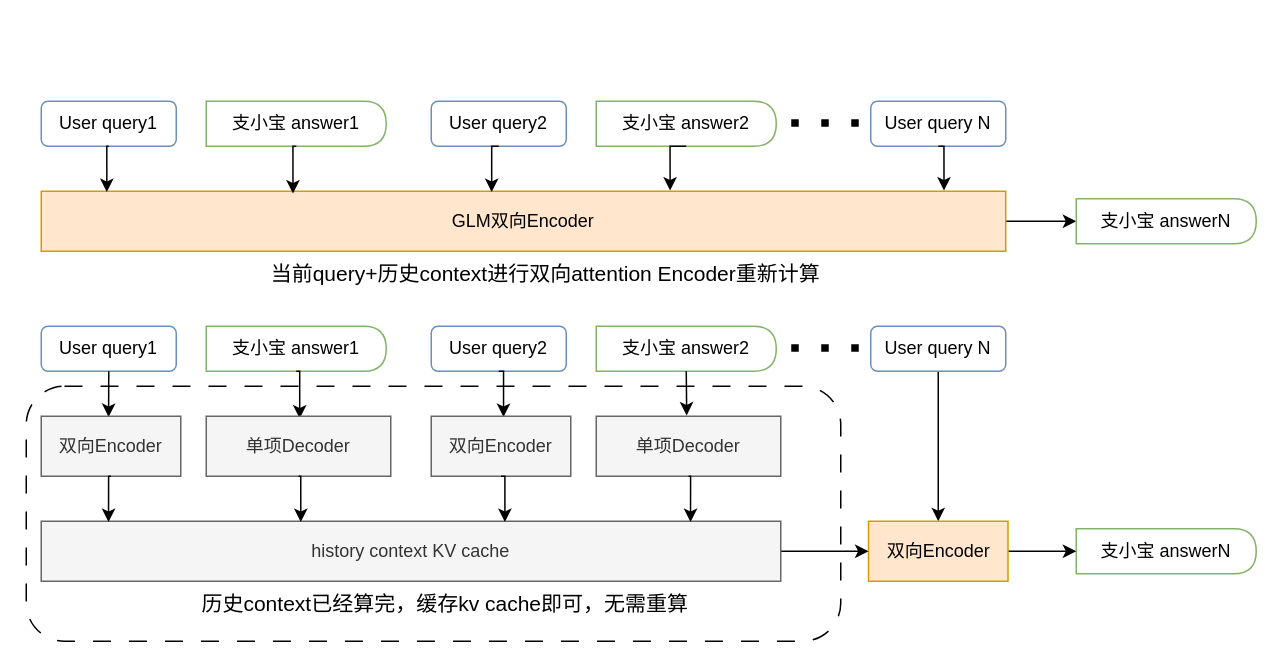
ZhangHammer/ZhangHammer keeps this draw.io diagram as long-context learning.drawio. Above is the earlier version. Source tidied: cells renumbered, new cells numbered last; positions are measured from the earlier drawing's top-left corner, leaving out a move shared by most shapes. Both pictures are drawn from the tidied source at 150%, with x=0, y=0 at pixel (26, 100).
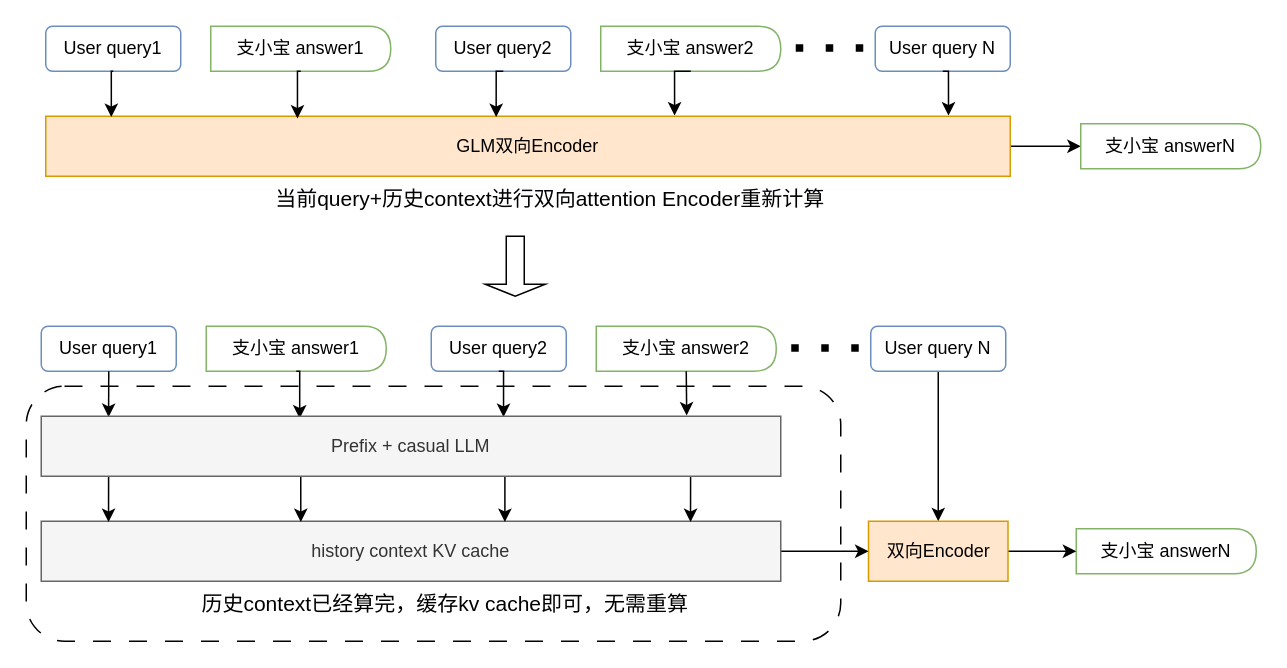
After the change.

The change refers to these unchanged cells:
```xml
<mxCell id="35" value="history context KV cache" style="rounded=0;whiteSpace=wrap;html=1;fillColor=#f5f5f5;fontColor=#333333;strokeColor=#666666;" parent="1" vertex="1">
  <mxGeometry x="10" y="280" width="493" height="40" as="geometry" />
</mxCell>
```

Change to the diagram source:
```diff
@@
     <mxCell id="3" value="User query1" style="rounded=1;whiteSpace=wrap;html=1;fillColor=none;strokeColor=#6c8ebf;" parent="1" vertex="1">
-      <mxGeometry x="10" width="90" height="30" as="geometry" />
+      <mxGeometry x="13" y="-50" width="90" height="30" as="geometry" />
     </mxCell>
     <mxCell id="4" value="支小宝 answer1" style="shape=delay;whiteSpace=wrap;html=1;fillColor=none;strokeColor=#82b366;" parent="1" vertex="1">
-      <mxGeometry x="120" width="120" height="30" as="geometry" />
+      <mxGeometry x="123" y="-50" width="120" height="30" as="geometry" />
     </mxCell>
     <mxCell id="5" value="User query2" style="rounded=1;whiteSpace=wrap;html=1;fillColor=none;strokeColor=#6c8ebf;" parent="1" vertex="1">
-      <mxGeometry x="270" width="90" height="30" as="geometry" />
+      <mxGeometry x="273" y="-50" width="90" height="30" as="geometry" />
     </mxCell>
     <mxCell id="6" value="支小宝 answer2" style="shape=delay;whiteSpace=wrap;html=1;fillColor=none;strokeColor=#82b366;" parent="1" vertex="1">
-      <mxGeometry x="380" width="120" height="30" as="geometry" />
+      <mxGeometry x="383" y="-50" width="120" height="30" as="geometry" />
     </mxCell>
     <mxCell id="7" style="endArrow=none;dashed=1;html=1;dashPattern=1 3;strokeWidth=5;rounded=0;" parent="1" edge="1">
       <mxGeometry relative="1" as="geometry">
-        <mxPoint x="510" y="14.5" as="sourcePoint" />
-        <mxPoint x="570" y="14.5" as="targetPoint" />
+        <mxPoint x="513" y="-35.5" as="sourcePoint" />
+        <mxPoint x="573" y="-35.5" as="targetPoint" />
       </mxGeometry>
     </mxCell>
     <mxCell id="8" value="User query N" style="rounded=1;whiteSpace=wrap;html=1;fillColor=none;strokeColor=#6c8ebf;" parent="1" vertex="1">
-      <mxGeometry x="563" width="90" height="30" as="geometry" />
+      <mxGeometry x="566" y="-50" width="90" height="30" as="geometry" />
     </mxCell>
@@
     <mxCell id="10" value="GLM双向Encoder" style="rounded=0;whiteSpace=wrap;html=1;fillColor=#ffe6cc;strokeColor=#d79b00;" parent="1" vertex="1">
-      <mxGeometry x="10" y="60" width="643" height="40" as="geometry" />
+      <mxGeometry x="13" y="10" width="643" height="40" as="geometry" />
     </mxCell>
@@
     <mxCell id="15" value="支小宝 answerN" style="shape=delay;whiteSpace=wrap;html=1;fillColor=none;strokeColor=#82b366;" parent="1" vertex="1">
-      <mxGeometry x="700" y="65" width="120" height="30" as="geometry" />
+      <mxGeometry x="703" y="15" width="120" height="30" as="geometry" />
     </mxCell>
@@
-    <mxCell id="28" value="双向Encoder" style="rounded=0;whiteSpace=wrap;html=1;fillColor=#f5f5f5;fontColor=#333333;strokeColor=#666666;" parent="1" vertex="1">
-      <mxGeometry x="10" y="210" width="93" height="40" as="geometry" />
-    </mxCell>
-    <mxCell id="29" value="单项Decoder" style="rounded=0;whiteSpace=wrap;html=1;fillColor=#f5f5f5;fontColor=#333333;strokeColor=#666666;" parent="1" vertex="1">
-      <mxGeometry x="120" y="210" width="123" height="40" as="geometry" />
-    </mxCell>
-    <mxCell id="30" value="双向Encoder" style="rounded=0;whiteSpace=wrap;html=1;fillColor=#f5f5f5;fontColor=#333333;strokeColor=#666666;" parent="1" vertex="1">
-      <mxGeometry x="270" y="210" width="93" height="40" as="geometry" />
-    </mxCell>
-    <mxCell id="31" value="单项Decoder" style="rounded=0;whiteSpace=wrap;html=1;fillColor=#f5f5f5;fontColor=#333333;strokeColor=#666666;" parent="1" vertex="1">
-      <mxGeometry x="380" y="210" width="123" height="40" as="geometry" />
-    </mxCell>
@@
-    <mxCell id="37" style="edgeStyle=orthogonalEdgeStyle;rounded=0;jettySize=auto;html=1;exitX=0.5;exitY=1;exitDx=0;exitDy=0;entryX=0.091;entryY=0.013;entryDx=0;entryDy=0;entryPerimeter=0;" parent="1" edge="1" source="28" target="35">
-      <mxGeometry relative="1" as="geometry" />
+    <mxCell id="37" style="edgeStyle=orthogonalEdgeStyle;rounded=0;jettySize=auto;html=1;exitX=0.5;exitY=1;exitDx=0;exitDy=0;entryX=0.091;entryY=0.013;entryDx=0;entryDy=0;entryPerimeter=0;" parent="1" edge="1" target="35">
+      <mxGeometry relative="1" as="geometry">
+        <mxPoint x="56.5" y="250" as="sourcePoint" />
+      </mxGeometry>
     </mxCell>
-    <mxCell id="38" style="edgeStyle=orthogonalEdgeStyle;rounded=0;jettySize=auto;html=1;exitX=0.5;exitY=1;exitDx=0;exitDy=0;entryX=0.351;entryY=0.013;entryDx=0;entryDy=0;entryPerimeter=0;" parent="1" edge="1" source="29" target="35">
-      <mxGeometry relative="1" as="geometry" />
+    <mxCell id="38" style="edgeStyle=orthogonalEdgeStyle;rounded=0;jettySize=auto;html=1;exitX=0.5;exitY=1;exitDx=0;exitDy=0;entryX=0.351;entryY=0.013;entryDx=0;entryDy=0;entryPerimeter=0;" parent="1" edge="1" target="35">
+      <mxGeometry relative="1" as="geometry">
+        <mxPoint x="181.5" y="250" as="sourcePoint" />
+      </mxGeometry>
     </mxCell>
-    <mxCell id="39" style="edgeStyle=orthogonalEdgeStyle;rounded=0;jettySize=auto;html=1;exitX=0.5;exitY=1;exitDx=0;exitDy=0;entryX=0.627;entryY=0.013;entryDx=0;entryDy=0;entryPerimeter=0;" parent="1" edge="1" source="30" target="35">
-      <mxGeometry relative="1" as="geometry" />
+    <mxCell id="39" style="edgeStyle=orthogonalEdgeStyle;rounded=0;jettySize=auto;html=1;exitX=0.5;exitY=1;exitDx=0;exitDy=0;entryX=0.627;entryY=0.013;entryDx=0;entryDy=0;entryPerimeter=0;" parent="1" edge="1" target="35">
+      <mxGeometry relative="1" as="geometry">
+        <mxPoint x="316.5" y="250" as="sourcePoint" />
+      </mxGeometry>
     </mxCell>
-    <mxCell id="40" style="edgeStyle=orthogonalEdgeStyle;rounded=0;jettySize=auto;html=1;exitX=0.5;exitY=1;exitDx=0;exitDy=0;entryX=0.878;entryY=0.013;entryDx=0;entryDy=0;entryPerimeter=0;" parent="1" edge="1" source="31" target="35">
-      <mxGeometry relative="1" as="geometry" />
+    <mxCell id="40" style="edgeStyle=orthogonalEdgeStyle;rounded=0;jettySize=auto;html=1;exitX=0.5;exitY=1;exitDx=0;exitDy=0;entryX=0.878;entryY=0.013;entryDx=0;entryDy=0;entryPerimeter=0;" parent="1" edge="1" target="35">
+      <mxGeometry relative="1" as="geometry">
+        <mxPoint x="441.5" y="250" as="sourcePoint" />
+      </mxGeometry>
     </mxCell>
@@
     <mxCell id="42" value="当前query+历史context进行双向attention Encoder重新计算" style="text;html=1;strokeColor=none;fillColor=none;align=center;verticalAlign=middle;whiteSpace=wrap;rounded=0;fontSize=14;" parent="1" vertex="1">
-      <mxGeometry x="150" y="100" width="393" height="30" as="geometry" />
+      <mxGeometry x="153" y="50" width="393" height="30" as="geometry" />
     </mxCell>
+    <mxCell id="43" style="shape=singleArrow;direction=south;whiteSpace=wrap;html=1;" parent="1" vertex="1">
+      <mxGeometry x="306" y="90" width="40" height="40" as="geometry" />
+    </mxCell>
+    <mxCell id="44" value="Prefix +&amp;nbsp;casual LLM" style="rounded=0;whiteSpace=wrap;html=1;fillColor=#f5f5f5;fontColor=#333333;strokeColor=#666666;" parent="1" vertex="1">
+      <mxGeometry x="10" y="210" width="493" height="40" as="geometry" />
+    </mxCell>
```
